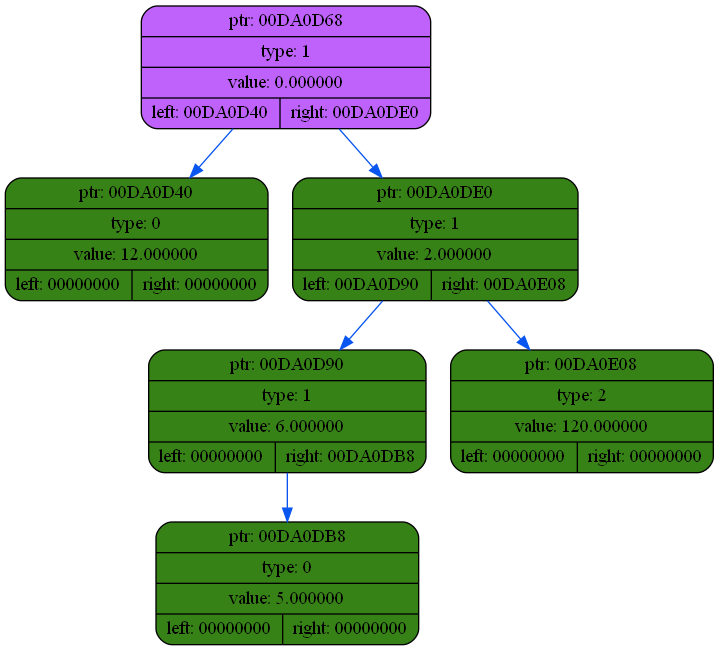
Above: dump/dump1.png in coffee8cat/differentiator (Graphviz), before the change. Its source is kept beside it as dump/dump1.dot.
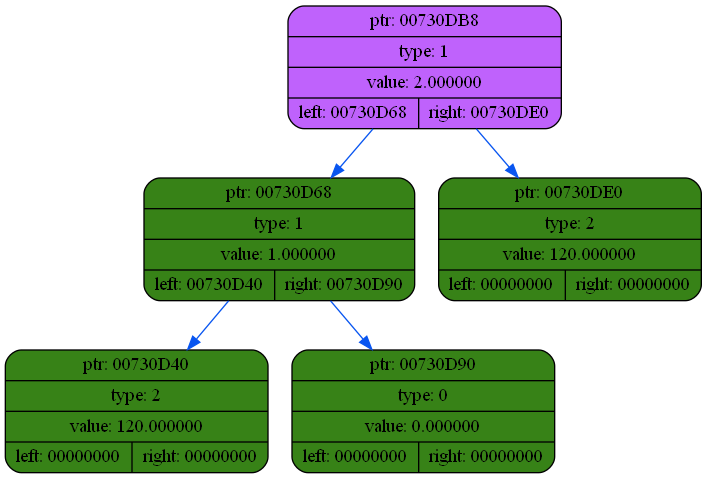
Above is the later version.

Diff of the diagram source:
```diff
@@ -2,15 +2,13 @@
 {
     rankdir=TP
 
-        node00DA0D68[shape=record,style="rounded,filled",fillcolor="#BF62FC",label="{ ptr: 00DA0D68 | type: 1 | value: 0.000000| { left: 00DA0D40 | right: 00DA0DE0 }}"];
-    node00DA0D68 -> node00DA0D40[color="#0855F0"]
-    node00DA0D40[shape=record,style="rounded,filled",fillcolor="#378217",label="{ ptr: 00DA0D40 | type: 0 | value: 12.000000| { left: 00000000 | right: 00000000 }}"];
-    node00DA0D68 -> node00DA0DE0[color="#0855F0"]
-    node00DA0DE0[shape=record,style="rounded,filled",fillcolor="#378217",label="{ ptr: 00DA0DE0 | type: 1 | value: 2.000000| { left: 00DA0D90 | right: 00DA0E08 }}"];
-    node00DA0DE0 -> node00DA0D90[color="#0855F0"]
-    node00DA0D90[shape=record,style="rounded,filled",fillcolor="#378217",label="{ ptr: 00DA0D90 | type: 1 | value: 6.000000| { left: 00000000 | right: 00DA0DB8 }}"];
-    node00DA0D90 -> node00DA0DB8[color="#0855F0"]
-    node00DA0DB8[shape=record,style="rounded,filled",fillcolor="#378217",label="{ ptr: 00DA0DB8 | type: 0 | value: 5.000000| { left: 00000000 | right: 00000000 }}"];
-    node00DA0DE0 -> node00DA0E08[color="#0855F0"]
-    node00DA0E08[shape=record,style="rounded,filled",fillcolor="#378217",label="{ ptr: 00DA0E08 | type: 2 | value: 120.000000| { left: 00000000 | right: 00000000 }}"];
+        node00730DB8[shape=record,style="rounded,filled",fillcolor="#BF62FC",label="{ ptr: 00730DB8 | type: 1 | value: 2.000000| { left: 00730D68 | right: 00730DE0 }}"];
+    node00730DB8 -> node00730D68[color="#0855F0"]
+    node00730D68[shape=record,style="rounded,filled",fillcolor="#378217",label="{ ptr: 00730D68 | type: 1 | value: 1.000000| { left: 00730D40 | right: 00730D90 }}"];
+    node00730D68 -> node00730D40[color="#0855F0"]
+    node00730D40[shape=record,style="rounded,filled",fillcolor="#378217",label="{ ptr: 00730D40 | type: 2 | value: 120.000000| { left: 00000000 | right: 00000000 }}"];
+    node00730D68 -> node00730D90[color="#0855F0"]
+    node00730D90[shape=record,style="rounded,filled",fillcolor="#378217",label="{ ptr: 00730D90 | type: 0 | value: 0.000000| { left: 00000000 | right: 00000000 }}"];
+    node00730DB8 -> node00730DE0[color="#0855F0"]
+    node00730DE0[shape=record,style="rounded,filled",fillcolor="#378217",label="{ ptr: 00730DE0 | type: 2 | value: 120.000000| { left: 00000000 | right: 00000000 }}"];
 }
```
